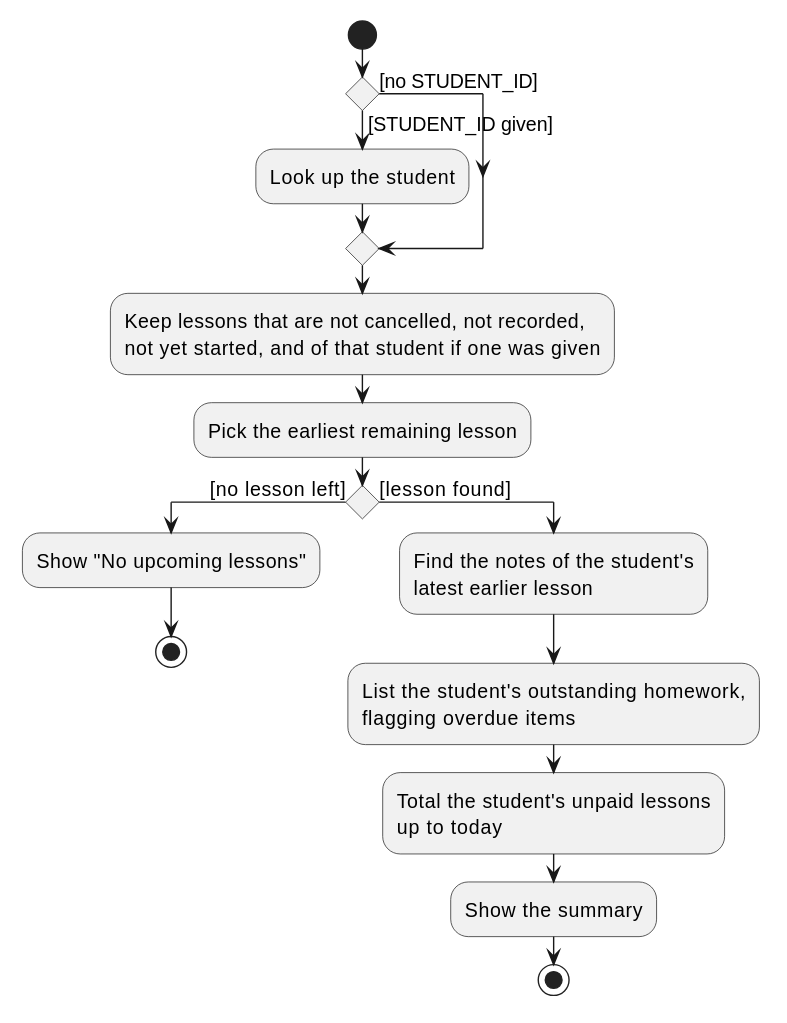
Before: docs/diagrams/lesson-next-activity.svg, a diagram exported from PlantUML (AY2627S1-CS2113-W12-2/tp). Its source is kept beside it as docs/diagrams/lesson-next-activity.puml.
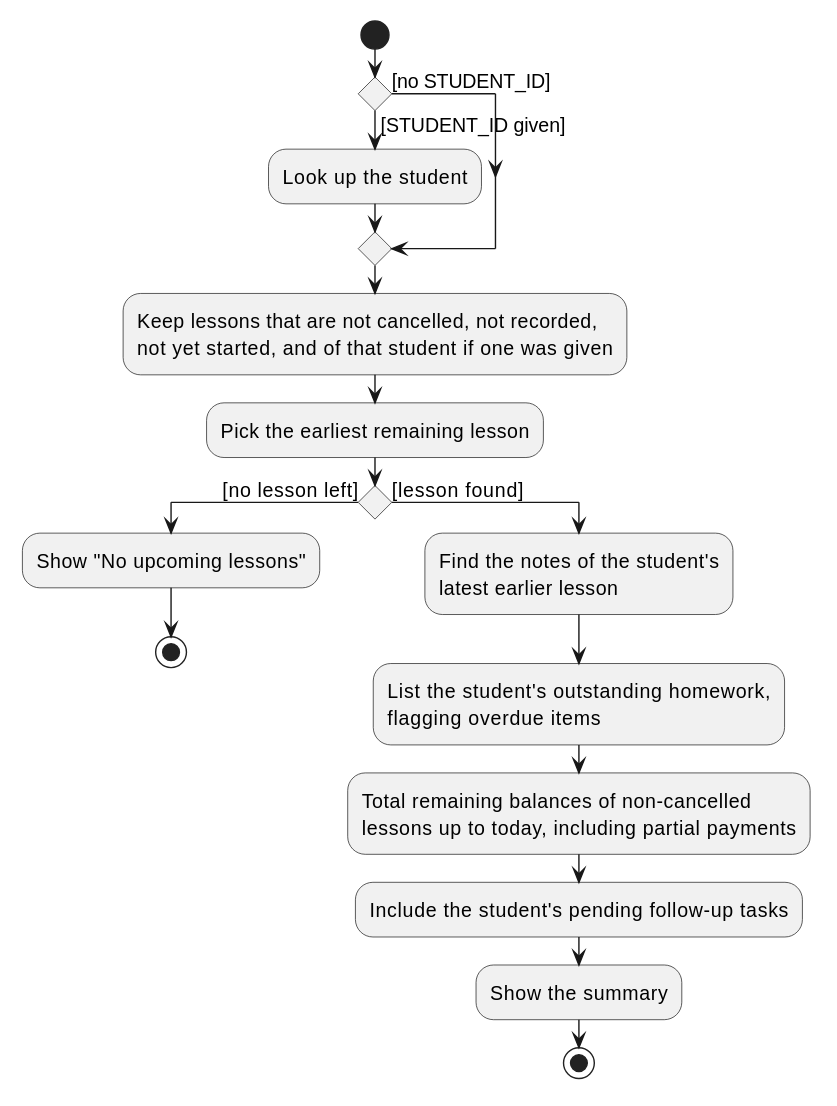
The same file after the commit.

The edit, as a diff of the source:
```diff
@@ -19,8 +19,9 @@
   latest earlier lesson;
   :List the student's outstanding homework,
   flagging overdue items;
-  :Total the student's unpaid lessons
-  up to today;
+  :Total remaining balances of non-cancelled
+  lessons up to today, including partial payments;
+  :Include the student's pending follow-up tasks;
   :Show the summary;
   stop
 endif
```
